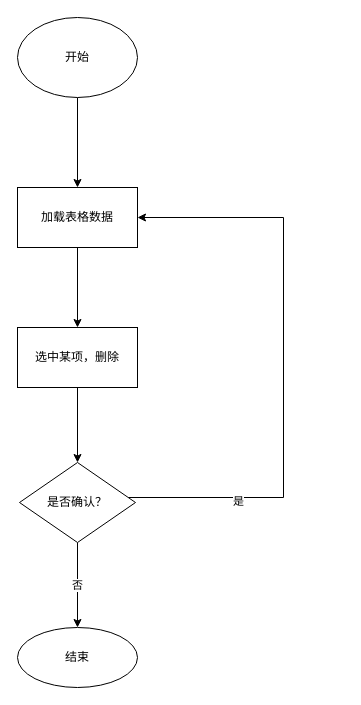
Before: page "表格-弹窗流程" (2 of 2) of v2hooks.drawio in zhuoooo/doodles, a draw.io diagram. Source tidied: cells renumbered, new cells numbered last; positions are measured from the earlier drawing's top-left corner, leaving out a move shared by most shapes. Both pictures are drawn from the tidied source at 100%, with x=0, y=0 at pixel (17, 17).
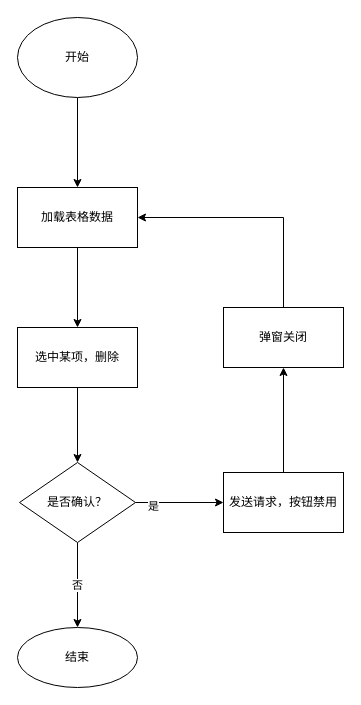
Above is the later version.

What changed in the source:
```diff
@@
 <mxGraphModel>
   <root>
     <mxCell id="0" />
     <mxCell id="1" parent="0" />
     <mxCell id="2" style="edgeStyle=orthogonalEdgeStyle;rounded=0;jettySize=auto;html=1;" parent="1" edge="1" source="3" target="5">
       <mxGeometry relative="1" as="geometry" />
     </mxCell>
     <mxCell id="3" value="开始" style="ellipse;whiteSpace=wrap;html=1;" parent="1" vertex="1">
       <mxGeometry width="120" height="80" as="geometry" />
     </mxCell>
     <mxCell id="4" style="edgeStyle=orthogonalEdgeStyle;rounded=0;jettySize=auto;html=1;" parent="1" edge="1" source="5" target="7">
       <mxGeometry relative="1" as="geometry" />
     </mxCell>
     <mxCell id="5" value="加载表格数据" style="whiteSpace=wrap;html=1;" parent="1" vertex="1">
       <mxGeometry y="170" width="120" height="60" as="geometry" />
     </mxCell>
     <mxCell id="6" style="edgeStyle=orthogonalEdgeStyle;rounded=0;jettySize=auto;html=1;" parent="1" edge="1" source="7" target="11">
       <mxGeometry relative="1" as="geometry" />
     </mxCell>
     <mxCell id="7" value="选中某项，删除" style="whiteSpace=wrap;html=1;" parent="1" vertex="1">
       <mxGeometry y="310" width="120" height="60" as="geometry" />
     </mxCell>
-    <mxCell id="8" style="edgeStyle=orthogonalEdgeStyle;rounded=0;jettySize=auto;html=1;entryX=1;entryY=0.5;entryDx=0;entryDy=0;" parent="1" edge="1" source="11" target="5">
-      <mxGeometry relative="1" as="geometry">
-        <Array as="points">
-          <mxPoint x="266" y="480" />
-          <mxPoint x="266" y="200" />
-        </Array>
-      </mxGeometry>
+    <mxCell id="8" style="edgeStyle=orthogonalEdgeStyle;rounded=0;jettySize=auto;html=1;entryX=1;entryY=0.5;entryDx=0;entryDy=0;startArrow=none;exitX=0.5;exitY=0;exitDx=0;exitDy=0;" parent="1" edge="1" source="15" target="5">
+      <mxGeometry relative="1" as="geometry" />
     </mxCell>
-    <mxCell id="9" value="是" style="edgeLabel;html=1;align=center;verticalAlign=middle;" parent="8" vertex="1">
-      <mxGeometry x="-0.62" y="-3" relative="1" as="geometry" />
-    </mxCell>
     <mxCell id="10" value="否" style="edgeStyle=orthogonalEdgeStyle;rounded=0;jettySize=auto;html=1;" parent="1" edge="1" source="11" target="12">
       <mxGeometry relative="1" as="geometry" />
     </mxCell>
     <mxCell id="11" value="是否确认？" style="rhombus;whiteSpace=wrap;html=1;" parent="1" vertex="1">
       <mxGeometry x="2" y="445" width="116" height="80" as="geometry" />
     </mxCell>
     <mxCell id="12" value="结束" style="ellipse;whiteSpace=wrap;html=1;" parent="1" vertex="1">
       <mxGeometry y="610" width="120" height="60" as="geometry" />
     </mxCell>
+    <mxCell id="13" value="发送请求，按钮禁用" style="rounded=0;whiteSpace=wrap;html=1;" parent="1" vertex="1">
+      <mxGeometry x="206" y="455" width="120" height="60" as="geometry" />
+    </mxCell>
+    <mxCell id="14" style="edgeStyle=orthogonalEdgeStyle;rounded=0;jettySize=auto;html=1;endArrow=classic;endFill=1;" parent="1" edge="1" source="11" target="13">
+      <mxGeometry relative="1" as="geometry" />
+    </mxCell>
+    <mxCell id="9" value="是" style="edgeLabel;html=1;align=center;verticalAlign=middle;" parent="14" vertex="1">
+      <mxGeometry x="-0.62" y="-3" relative="1" as="geometry" />
+    </mxCell>
+    <mxCell id="15" value="弹窗关闭" style="rounded=0;whiteSpace=wrap;html=1;" parent="1" vertex="1">
+      <mxGeometry x="206" y="290" width="120" height="60" as="geometry" />
+    </mxCell>
+    <mxCell id="16" style="edgeStyle=orthogonalEdgeStyle;rounded=0;jettySize=auto;html=1;startArrow=none;endArrow=classic;endFill=1;" parent="1" edge="1" source="13" target="15">
+      <mxGeometry relative="1" as="geometry" />
+    </mxCell>
   </root>
 </mxGraphModel>
```
